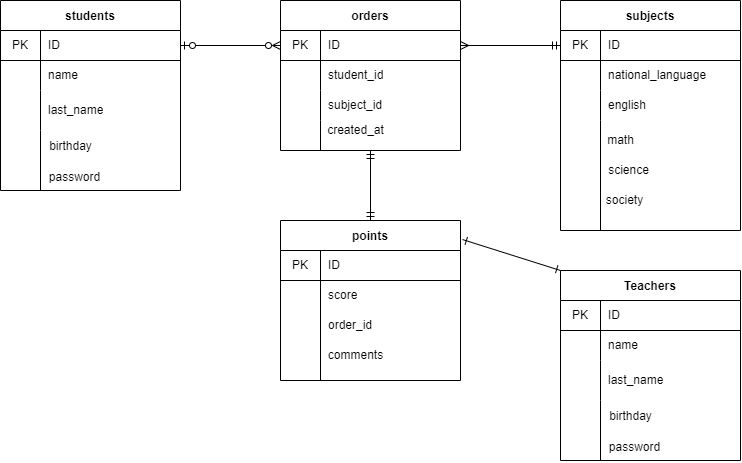
Orihama-kajiki/ER keeps this draw.io diagram as 20221128iwami.drawio.png. Above is the earlier version. Source tidied: cells renumbered, new cells last; positions are measured from the earlier drawing's top-left corner, leaving out a move shared by most shapes.
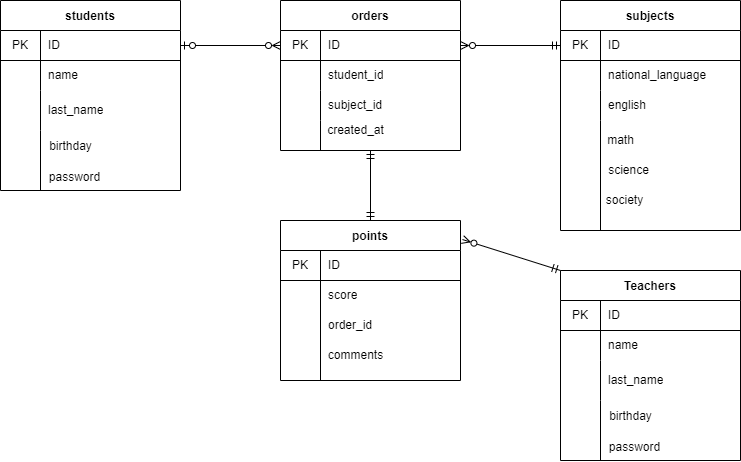
Later version of the same file.

Commit message:
カーディナリティを修正しました。

Change to the diagram source:
```diff
@@ -110,7 +110,7 @@
     <mxCell id="36" value="birthday" style="text;html=1;align=center;verticalAlign=middle;strokeColor=none;fillColor=none;" parent="1" vertex="1">
       <mxGeometry x="40" y="136" width="60" height="20" as="geometry" />
     </mxCell>
-    <mxCell id="37" style="edgeStyle=none;html=1;exitX=0;exitY=0.5;exitDx=0;exitDy=0;entryX=1;entryY=0.5;entryDx=0;entryDy=0;startArrow=ERmandOne;startFill=0;endArrow=ERmany;endFill=0;" parent="1" edge="1" source="24" target="14">
+    <mxCell id="37" style="edgeStyle=none;html=1;exitX=0;exitY=0.5;exitDx=0;exitDy=0;entryX=1;entryY=0.5;entryDx=0;entryDy=0;startArrow=ERmandOne;startFill=0;endArrow=ERzeroToMany;endFill=0;" parent="1" edge="1" source="24" target="14">
       <mxGeometry relative="1" as="geometry" />
     </mxCell>
     <mxCell id="38" style="edgeStyle=none;html=1;exitX=1;exitY=0.5;exitDx=0;exitDy=0;entryX=0;entryY=0.5;entryDx=0;entryDy=0;startArrow=ERzeroToOne;startFill=0;endArrow=ERzeroToMany;endFill=0;" parent="1" edge="1" source="3" target="14">
@@ -220,7 +220,7 @@
     <mxCell id="68" value="password" style="text;html=1;align=center;verticalAlign=middle;strokeColor=none;fillColor=none;" parent="1" vertex="1">
       <mxGeometry x="599" y="437" width="70" height="20" as="geometry" />
     </mxCell>
-    <mxCell id="69" style="edgeStyle=none;html=1;entryX=1.011;entryY=0.119;entryDx=0;entryDy=0;entryPerimeter=0;exitX=0;exitY=0;exitDx=0;exitDy=0;startArrow=ERone;startFill=0;endArrow=ERone;endFill=0;" parent="1" edge="1" source="56" target="42">
+    <mxCell id="69" style="edgeStyle=none;html=1;entryX=1.011;entryY=0.119;entryDx=0;entryDy=0;entryPerimeter=0;exitX=0;exitY=0;exitDx=0;exitDy=0;startArrow=ERmandOne;startFill=0;endArrow=ERzeroToMany;endFill=0;" parent="1" edge="1" source="56" target="42">
       <mxGeometry relative="1" as="geometry" />
     </mxCell>
   </root>
```
